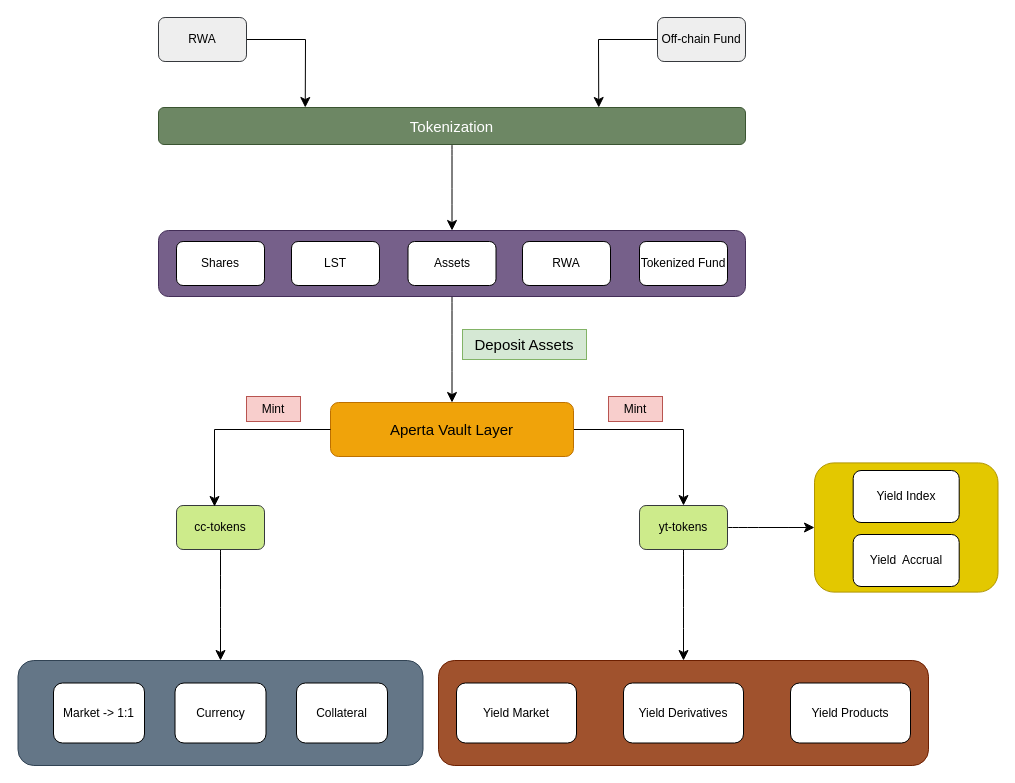
Above: page "cc-token - yt-token" (3 of 4) of aperta_architecture.drawio in Edoumou/drawings (draw.io), before the change. Source tidied: cells renumbered, new cells numbered last; positions are measured from the earlier drawing's top-left corner, leaving out a move shared by most shapes. Both pictures are drawn from the tidied source at 100%, with x=0, y=0 at pixel (17, 17).
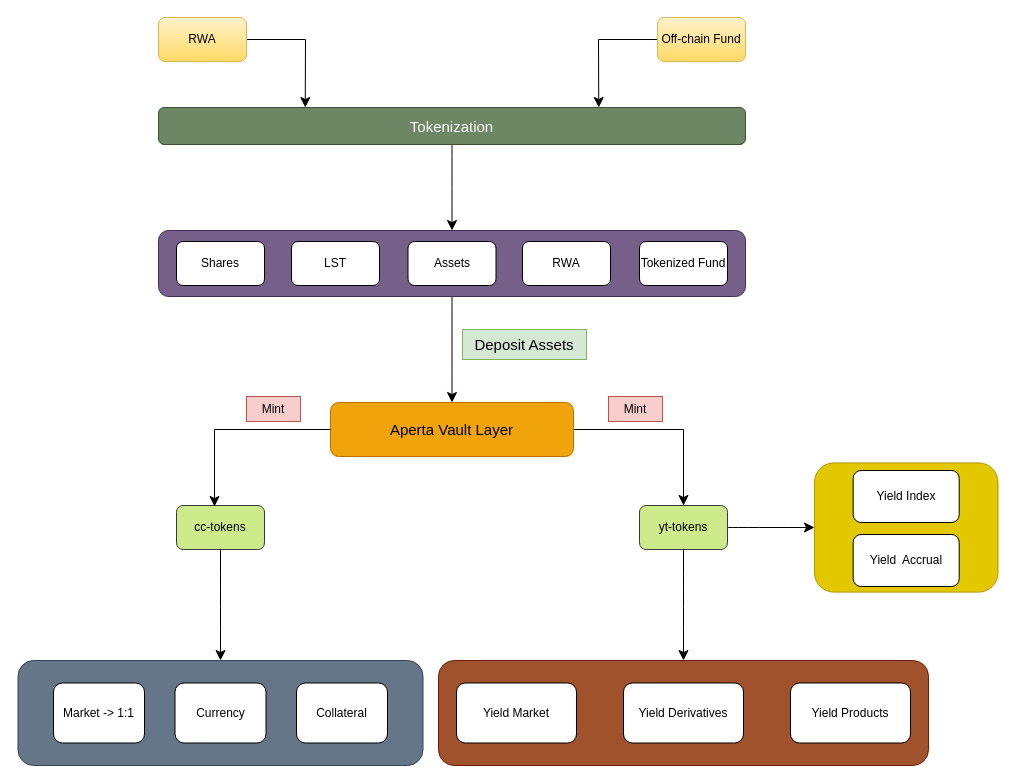
Above is the later version.

What changed in the source:
```diff
@@
-    <mxCell id="3" value="RWA" style="rounded=1;whiteSpace=wrap;html=1;fillColor=#eeeeee;strokeColor=#36393d;" parent="1" vertex="1">
+    <mxCell id="3" value="RWA" style="rounded=1;whiteSpace=wrap;html=1;fillColor=#fff2cc;strokeColor=#d6b656;gradientColor=#ffd966;" parent="1" vertex="1">
       <mxGeometry x="141" width="88" height="44" as="geometry" />
     </mxCell>
@@
-    <mxCell id="5" value="Off-chain Fund" style="rounded=1;whiteSpace=wrap;html=1;fillColor=#eeeeee;strokeColor=#36393d;" parent="1" vertex="1">
+    <mxCell id="5" value="Off-chain Fund" style="rounded=1;whiteSpace=wrap;html=1;fillColor=#fff2cc;strokeColor=#d6b656;gradientColor=#ffd966;" parent="1" vertex="1">
       <mxGeometry x="640" width="88" height="44" as="geometry" />
     </mxCell>
```
